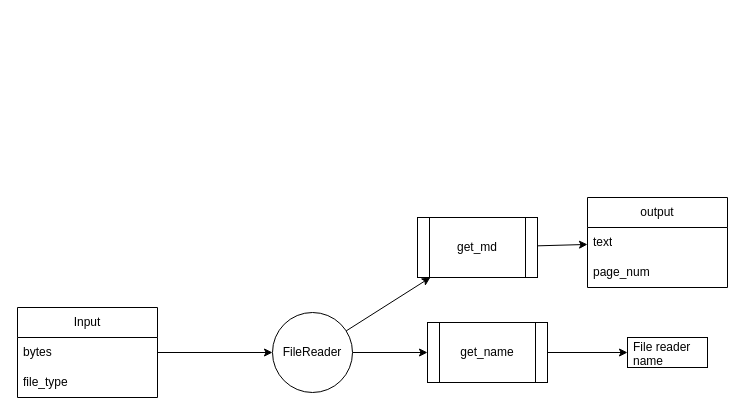
mokrota21/AInki keeps this draw.io diagram as new_backend/src/filereader.drawio. Above is the earlier version. Source tidied: cells renumbered, new cells numbered last; positions are measured from the earlier drawing's top-left corner, leaving out a move shared by most shapes. Both pictures are drawn from the tidied source at 100%, with x=0, y=0 at pixel (17, 197).
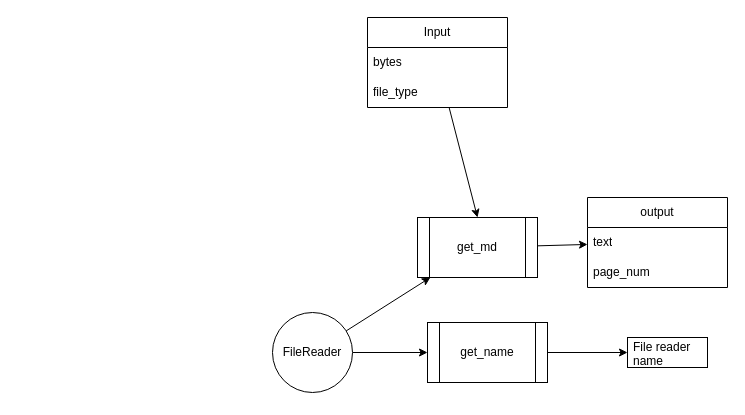
The same diagram, later.

What changed in the source:
```diff
@@
 <mxGraphModel>
   <root>
     <mxCell id="0" />
     <mxCell id="1" parent="0" />
-    <mxCell id="2" style="edgeStyle=none;html=1;" parent="1" edge="1" source="3" target="8">
+    <mxCell id="2" style="edgeStyle=none;html=1;entryX=0.5;entryY=0;entryDx=0;entryDy=0;" parent="1" edge="1" source="3" target="10">
       <mxGeometry relative="1" as="geometry" />
     </mxCell>
     <mxCell id="3" value="Input" style="swimlane;fontStyle=0;horizontal=1;startSize=30;whiteSpace=wrap;html=1;" parent="1" vertex="1">
-      <mxGeometry y="110" width="140" height="90" as="geometry" />
+      <mxGeometry x="350" y="-180" width="140" height="90" as="geometry" />
     </mxCell>
     <mxCell id="4" value="bytes" style="text;strokeColor=none;fillColor=none;align=left;verticalAlign=middle;spacingLeft=4;spacingRight=4;overflow=hidden;whiteSpace=wrap;html=1;" parent="3" vertex="1">
       <mxGeometry y="30" width="140" height="30" as="geometry" />
     </mxCell>
     <mxCell id="5" value="file_type" style="text;strokeColor=none;fillColor=none;align=left;verticalAlign=middle;spacingLeft=4;spacingRight=4;overflow=hidden;whiteSpace=wrap;html=1;" parent="3" vertex="1">
       <mxGeometry y="60" width="140" height="30" as="geometry" />
     </mxCell>
     <mxCell id="6" style="edgeStyle=none;html=1;" parent="1" edge="1" source="8" target="10">
       <mxGeometry relative="1" as="geometry" />
     </mxCell>
     <mxCell id="7" style="edgeStyle=none;html=1;" parent="1" edge="1" source="8" target="15">
       <mxGeometry relative="1" as="geometry" />
     </mxCell>
     <mxCell id="8" value="FileReader" style="ellipse;whiteSpace=wrap;html=1;" parent="1" vertex="1">
       <mxGeometry x="255" y="115" width="80" height="80" as="geometry" />
     </mxCell>
     <mxCell id="9" style="edgeStyle=none;html=1;" parent="1" edge="1" source="10" target="11">
       <mxGeometry relative="1" as="geometry" />
     </mxCell>
     <mxCell id="10" value="get_md" style="shape=process;whiteSpace=wrap;html=1;backgroundOutline=1;" parent="1" vertex="1">
       <mxGeometry x="400" y="20" width="120" height="60" as="geometry" />
     </mxCell>
     <mxCell id="11" value="output" style="swimlane;fontStyle=0;horizontal=1;startSize=30;whiteSpace=wrap;html=1;" parent="1" vertex="1">
       <mxGeometry x="570" width="140" height="90" as="geometry" />
     </mxCell>
     <mxCell id="12" value="text" style="text;strokeColor=none;fillColor=none;align=left;verticalAlign=middle;spacingLeft=4;spacingRight=4;overflow=hidden;whiteSpace=wrap;html=1;" parent="11" vertex="1">
       <mxGeometry y="30" width="140" height="30" as="geometry" />
     </mxCell>
     <mxCell id="13" value="page_num" style="text;strokeColor=none;fillColor=none;align=left;verticalAlign=middle;spacingLeft=4;spacingRight=4;overflow=hidden;whiteSpace=wrap;html=1;" parent="11" vertex="1">
       <mxGeometry y="60" width="140" height="30" as="geometry" />
     </mxCell>
     <mxCell id="14" style="edgeStyle=none;html=1;" parent="1" edge="1" source="15" target="16">
       <mxGeometry relative="1" as="geometry" />
     </mxCell>
     <mxCell id="15" value="get_name" style="shape=process;whiteSpace=wrap;html=1;backgroundOutline=1;" parent="1" vertex="1">
       <mxGeometry x="410" y="125" width="120" height="60" as="geometry" />
     </mxCell>
     <mxCell id="16" value="File reader name" style="text;strokeColor=default;fillColor=none;align=left;verticalAlign=middle;spacingLeft=4;spacingRight=4;overflow=hidden;points=[[0,0.5],[1,0.5]];portConstraint=eastwest;whiteSpace=wrap;html=1;" parent="1" vertex="1">
       <mxGeometry x="610" y="140" width="80" height="30" as="geometry" />
     </mxCell>
   </root>
 </mxGraphModel>
```
